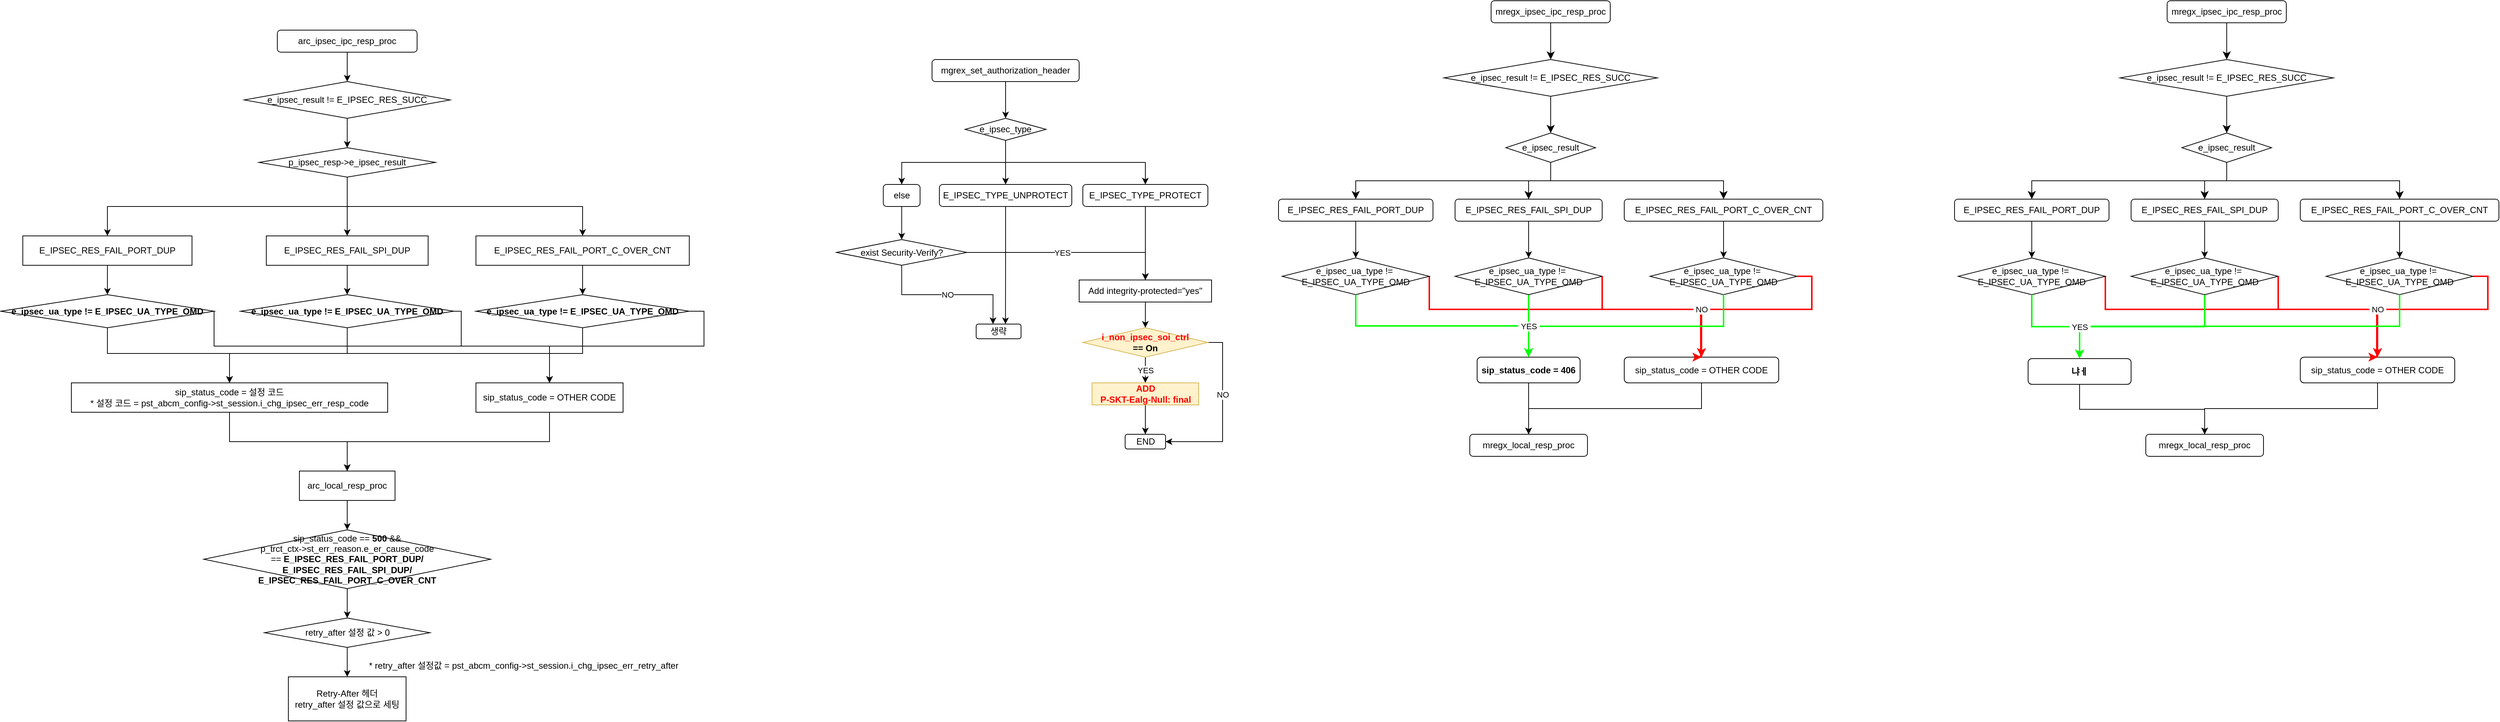
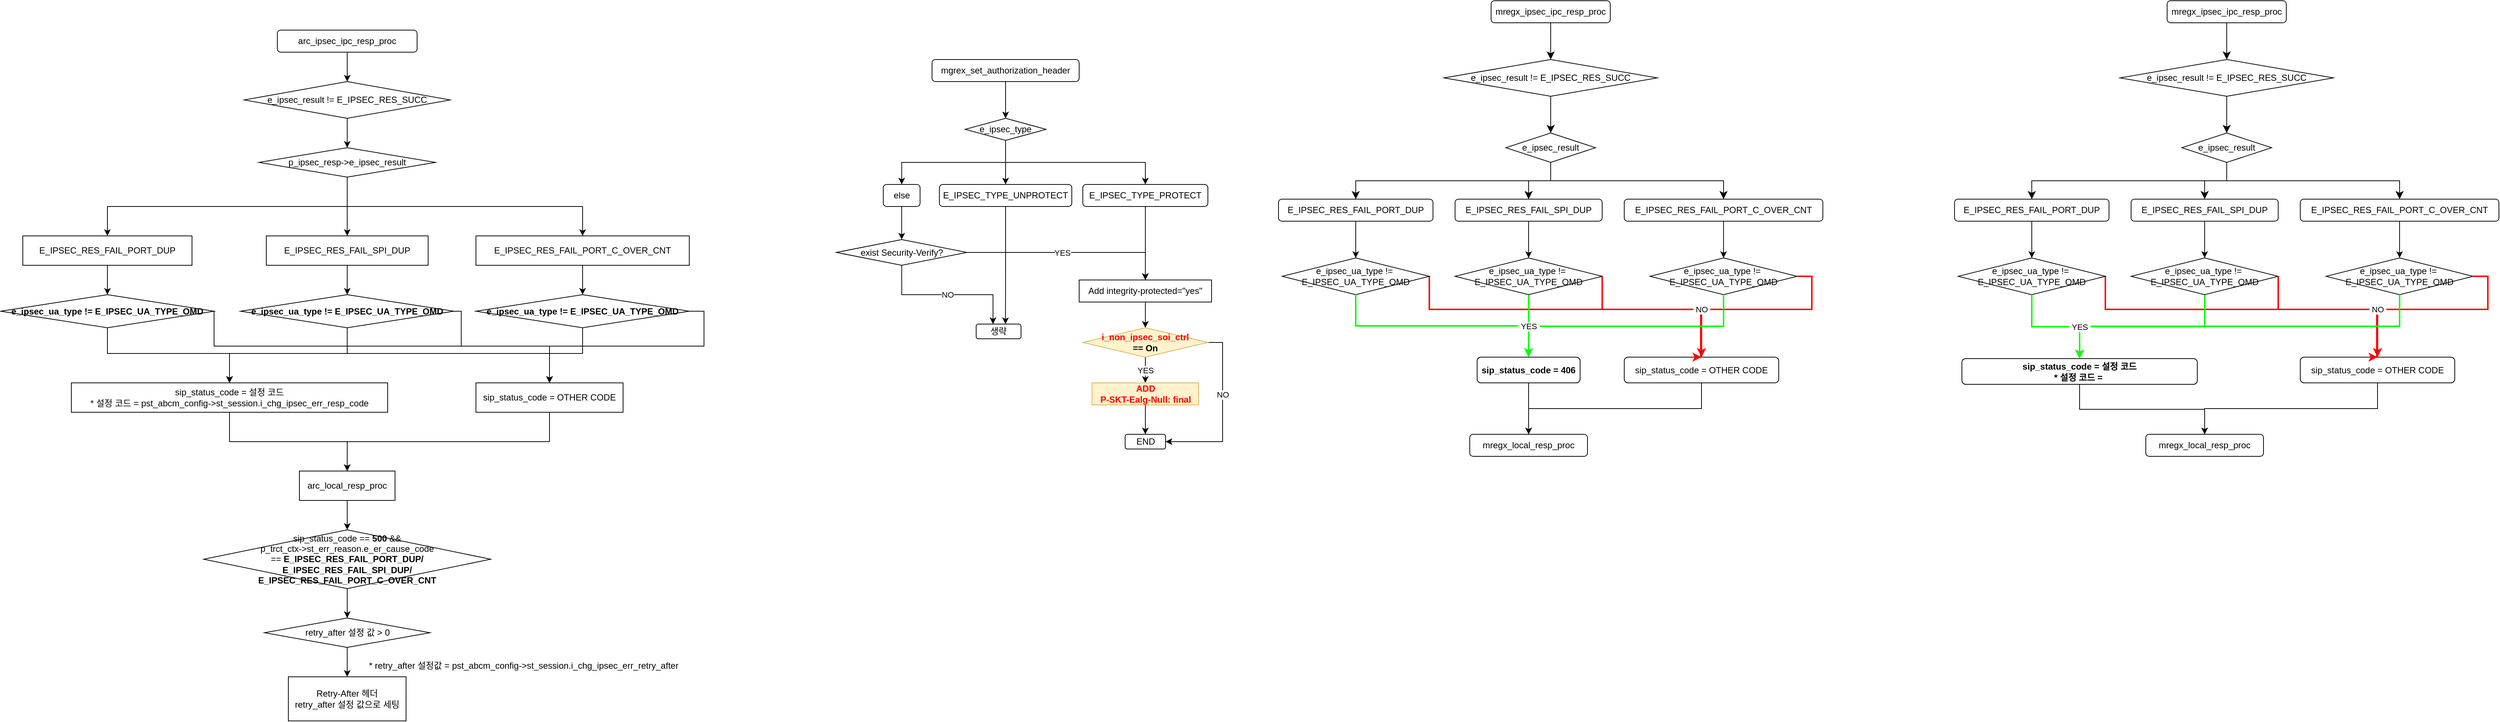
<mxfile host="app.diagrams.net">
  <diagram name="페이지-1" id="m8fQX8wD3sIqdr1Rjxz5">
-     <mxGraphModel dx="2315" dy="782" grid="1" gridSize="10" guides="1" tooltips="1" connect="1" arrows="1" fold="1" page="1" pageScale="1" pageWidth="827" pageHeight="1169" math="0" shadow="0">
+     <mxGraphModel dx="2595" dy="929" grid="1" gridSize="10" guides="1" tooltips="1" connect="1" arrows="1" fold="1" page="1" pageScale="1" pageWidth="827" pageHeight="1169" math="0" shadow="0">
      <root>
        <mxCell id="0" />
        <mxCell id="1" parent="0" />
        <mxCell id="ojS5_yHJFsPbv8XDm5Tb-1" edge="1" parent="1" source="ojS5_yHJFsPbv8XDm5Tb-2" style="edgeStyle=orthogonalEdgeStyle;rounded=0;orthogonalLoop=1;jettySize=auto;html=1;exitX=0.5;exitY=1;exitDx=0;exitDy=0;entryX=0.5;entryY=0;entryDx=0;entryDy=0;labelBackgroundColor=none;fontColor=default;" target="ojS5_yHJFsPbv8XDm5Tb-4">
          <mxGeometry relative="1" as="geometry" />
        </mxCell>
        <mxCell id="ojS5_yHJFsPbv8XDm5Tb-2" parent="1" style="rounded=1;whiteSpace=wrap;html=1;labelBackgroundColor=none;" value="arc_ipsec_ipc_resp_proc" vertex="1">
          <mxGeometry height="30" width="190" x="350" y="120" as="geometry" />
        </mxCell>
        <mxCell id="ojS5_yHJFsPbv8XDm5Tb-3" edge="1" parent="1" source="ojS5_yHJFsPbv8XDm5Tb-4" style="edgeStyle=orthogonalEdgeStyle;rounded=0;orthogonalLoop=1;jettySize=auto;html=1;exitX=0.5;exitY=1;exitDx=0;exitDy=0;entryX=0.5;entryY=0;entryDx=0;entryDy=0;labelBackgroundColor=none;fontColor=default;" target="ojS5_yHJFsPbv8XDm5Tb-8">
          <mxGeometry relative="1" as="geometry" />
        </mxCell>
        <mxCell id="ojS5_yHJFsPbv8XDm5Tb-4" parent="1" style="rhombus;whiteSpace=wrap;html=1;labelBackgroundColor=none;" value="e_ipsec_result != E_IPSEC_RES_SUCC" vertex="1">
          <mxGeometry height="50" width="280" x="305" y="190" as="geometry" />
        </mxCell>
        <mxCell id="ojS5_yHJFsPbv8XDm5Tb-5" edge="1" parent="1" source="ojS5_yHJFsPbv8XDm5Tb-8" style="edgeStyle=orthogonalEdgeStyle;rounded=0;orthogonalLoop=1;jettySize=auto;html=1;exitX=0.5;exitY=1;exitDx=0;exitDy=0;entryX=0.5;entryY=0;entryDx=0;entryDy=0;labelBackgroundColor=none;fontColor=default;" target="ojS5_yHJFsPbv8XDm5Tb-10">
          <mxGeometry relative="1" as="geometry" />
        </mxCell>
        <mxCell id="ojS5_yHJFsPbv8XDm5Tb-6" edge="1" parent="1" source="ojS5_yHJFsPbv8XDm5Tb-8" style="edgeStyle=orthogonalEdgeStyle;rounded=0;orthogonalLoop=1;jettySize=auto;html=1;exitX=0.5;exitY=1;exitDx=0;exitDy=0;entryX=0.5;entryY=0;entryDx=0;entryDy=0;labelBackgroundColor=none;fontColor=default;" target="ojS5_yHJFsPbv8XDm5Tb-12">
          <mxGeometry relative="1" as="geometry" />
        </mxCell>
        <mxCell id="ojS5_yHJFsPbv8XDm5Tb-7" edge="1" parent="1" source="ojS5_yHJFsPbv8XDm5Tb-8" style="edgeStyle=orthogonalEdgeStyle;rounded=0;orthogonalLoop=1;jettySize=auto;html=1;exitX=0.5;exitY=1;exitDx=0;exitDy=0;entryX=0.5;entryY=0;entryDx=0;entryDy=0;labelBackgroundColor=none;fontColor=default;" target="ojS5_yHJFsPbv8XDm5Tb-14">
          <mxGeometry relative="1" as="geometry" />
        </mxCell>
        <mxCell id="ojS5_yHJFsPbv8XDm5Tb-8" parent="1" style="rhombus;whiteSpace=wrap;html=1;labelBackgroundColor=none;" value="p_ipsec_resp-&amp;gt;e_ipsec_result" vertex="1">
          <mxGeometry height="40" width="240" x="325" y="280" as="geometry" />
        </mxCell>
        <mxCell id="ojS5_yHJFsPbv8XDm5Tb-9" edge="1" parent="1" source="ojS5_yHJFsPbv8XDm5Tb-10" style="edgeStyle=orthogonalEdgeStyle;rounded=0;orthogonalLoop=1;jettySize=auto;html=1;exitX=0.5;exitY=1;exitDx=0;exitDy=0;entryX=0.5;entryY=0;entryDx=0;entryDy=0;labelBackgroundColor=none;fontColor=default;" target="ojS5_yHJFsPbv8XDm5Tb-17">
          <mxGeometry relative="1" as="geometry" />
        </mxCell>
        <mxCell id="ojS5_yHJFsPbv8XDm5Tb-10" parent="1" style="rounded=0;whiteSpace=wrap;html=1;labelBackgroundColor=none;" value="E_IPSEC_RES_FAIL_PORT_DUP" vertex="1">
          <mxGeometry height="40" width="230" x="4" y="400" as="geometry" />
        </mxCell>
        <mxCell id="ojS5_yHJFsPbv8XDm5Tb-11" edge="1" parent="1" source="ojS5_yHJFsPbv8XDm5Tb-12" style="edgeStyle=orthogonalEdgeStyle;rounded=0;orthogonalLoop=1;jettySize=auto;html=1;exitX=0.5;exitY=1;exitDx=0;exitDy=0;entryX=0.5;entryY=0;entryDx=0;entryDy=0;labelBackgroundColor=none;fontColor=default;" target="ojS5_yHJFsPbv8XDm5Tb-20">
          <mxGeometry relative="1" as="geometry" />
        </mxCell>
        <mxCell id="ojS5_yHJFsPbv8XDm5Tb-12" parent="1" style="rounded=0;whiteSpace=wrap;html=1;labelBackgroundColor=none;" value="E_IPSEC_RES_FAIL_SPI_DUP" vertex="1">
          <mxGeometry height="40" width="220" x="335" y="400" as="geometry" />
        </mxCell>
        <mxCell id="ojS5_yHJFsPbv8XDm5Tb-13" edge="1" parent="1" source="ojS5_yHJFsPbv8XDm5Tb-14" style="edgeStyle=orthogonalEdgeStyle;rounded=0;orthogonalLoop=1;jettySize=auto;html=1;exitX=0.5;exitY=1;exitDx=0;exitDy=0;entryX=0.5;entryY=0;entryDx=0;entryDy=0;labelBackgroundColor=none;fontColor=default;" target="ojS5_yHJFsPbv8XDm5Tb-23">
          <mxGeometry relative="1" as="geometry" />
        </mxCell>
        <mxCell id="ojS5_yHJFsPbv8XDm5Tb-14" parent="1" style="rounded=0;whiteSpace=wrap;html=1;labelBackgroundColor=none;" value="E_IPSEC_RES_FAIL_PORT_C_OVER_CNT" vertex="1">
          <mxGeometry height="40" width="290" x="620" y="400" as="geometry" />
        </mxCell>
        <mxCell id="ojS5_yHJFsPbv8XDm5Tb-15" edge="1" parent="1" source="ojS5_yHJFsPbv8XDm5Tb-17" style="edgeStyle=orthogonalEdgeStyle;rounded=0;orthogonalLoop=1;jettySize=auto;html=1;exitX=1;exitY=0.5;exitDx=0;exitDy=0;entryX=0.5;entryY=0;entryDx=0;entryDy=0;labelBackgroundColor=none;fontColor=default;" target="ojS5_yHJFsPbv8XDm5Tb-27">
          <mxGeometry relative="1" as="geometry">
            <Array as="points">
              <mxPoint x="264" y="550" />
              <mxPoint x="720" y="550" />
            </Array>
          </mxGeometry>
        </mxCell>
        <mxCell id="ojS5_yHJFsPbv8XDm5Tb-16" edge="1" parent="1" source="ojS5_yHJFsPbv8XDm5Tb-17" style="edgeStyle=orthogonalEdgeStyle;rounded=0;orthogonalLoop=1;jettySize=auto;html=1;exitX=0.5;exitY=1;exitDx=0;exitDy=0;entryX=0.5;entryY=0;entryDx=0;entryDy=0;labelBackgroundColor=none;fontColor=default;" target="ojS5_yHJFsPbv8XDm5Tb-25">
          <mxGeometry relative="1" as="geometry">
            <Array as="points">
              <mxPoint x="119" y="560" />
              <mxPoint x="285" y="560" />
            </Array>
          </mxGeometry>
        </mxCell>
        <mxCell id="ojS5_yHJFsPbv8XDm5Tb-17" parent="1" style="rhombus;whiteSpace=wrap;html=1;labelBackgroundColor=none;" value="&lt;b&gt;e_ipsec_ua_type != E_IPSEC_UA_TYPE_OMD&lt;/b&gt;" vertex="1">
          <mxGeometry height="45" width="290" x="-26" y="480" as="geometry" />
        </mxCell>
        <mxCell id="ojS5_yHJFsPbv8XDm5Tb-18" edge="1" parent="1" source="ojS5_yHJFsPbv8XDm5Tb-20" style="edgeStyle=orthogonalEdgeStyle;rounded=0;orthogonalLoop=1;jettySize=auto;html=1;exitX=1;exitY=0.5;exitDx=0;exitDy=0;entryX=0.5;entryY=0;entryDx=0;entryDy=0;labelBackgroundColor=none;fontColor=default;" target="ojS5_yHJFsPbv8XDm5Tb-27">
          <mxGeometry relative="1" as="geometry">
            <Array as="points">
              <mxPoint x="600" y="503" />
              <mxPoint x="600" y="550" />
              <mxPoint x="720" y="550" />
            </Array>
          </mxGeometry>
        </mxCell>
        <mxCell id="ojS5_yHJFsPbv8XDm5Tb-19" edge="1" parent="1" source="ojS5_yHJFsPbv8XDm5Tb-20" style="edgeStyle=orthogonalEdgeStyle;rounded=0;orthogonalLoop=1;jettySize=auto;html=1;exitX=0.5;exitY=1;exitDx=0;exitDy=0;entryX=0.5;entryY=0;entryDx=0;entryDy=0;labelBackgroundColor=none;fontColor=default;" target="ojS5_yHJFsPbv8XDm5Tb-25">
          <mxGeometry relative="1" as="geometry">
            <Array as="points">
              <mxPoint x="445" y="560" />
              <mxPoint x="285" y="560" />
            </Array>
          </mxGeometry>
        </mxCell>
        <mxCell id="ojS5_yHJFsPbv8XDm5Tb-20" parent="1" style="rhombus;whiteSpace=wrap;html=1;labelBackgroundColor=none;" value="&lt;b&gt;e_ipsec_ua_type != E_IPSEC_UA_TYPE_OMD&lt;/b&gt;" vertex="1">
          <mxGeometry height="45" width="290" x="300" y="480" as="geometry" />
        </mxCell>
        <mxCell id="ojS5_yHJFsPbv8XDm5Tb-21" edge="1" parent="1" source="ojS5_yHJFsPbv8XDm5Tb-23" style="edgeStyle=orthogonalEdgeStyle;rounded=0;orthogonalLoop=1;jettySize=auto;html=1;exitX=1;exitY=0.5;exitDx=0;exitDy=0;entryX=0.5;entryY=0;entryDx=0;entryDy=0;labelBackgroundColor=none;fontColor=default;" target="ojS5_yHJFsPbv8XDm5Tb-27">
          <mxGeometry relative="1" as="geometry">
            <Array as="points">
              <mxPoint x="930" y="503" />
              <mxPoint x="930" y="550" />
              <mxPoint x="720" y="550" />
            </Array>
          </mxGeometry>
        </mxCell>
        <mxCell id="ojS5_yHJFsPbv8XDm5Tb-22" edge="1" parent="1" source="ojS5_yHJFsPbv8XDm5Tb-23" style="edgeStyle=orthogonalEdgeStyle;rounded=0;orthogonalLoop=1;jettySize=auto;html=1;exitX=0.5;exitY=1;exitDx=0;exitDy=0;entryX=0.5;entryY=0;entryDx=0;entryDy=0;labelBackgroundColor=none;fontColor=default;" target="ojS5_yHJFsPbv8XDm5Tb-25">
          <mxGeometry relative="1" as="geometry">
            <Array as="points">
              <mxPoint x="765" y="560" />
              <mxPoint x="285" y="560" />
            </Array>
          </mxGeometry>
        </mxCell>
        <mxCell id="ojS5_yHJFsPbv8XDm5Tb-23" parent="1" style="rhombus;whiteSpace=wrap;html=1;labelBackgroundColor=none;" value="&lt;b&gt;e_ipsec_ua_type != E_IPSEC_UA_TYPE_OMD&lt;/b&gt;" vertex="1">
          <mxGeometry height="45" width="290" x="620" y="480" as="geometry" />
        </mxCell>
        <mxCell id="ojS5_yHJFsPbv8XDm5Tb-24" edge="1" parent="1" source="ojS5_yHJFsPbv8XDm5Tb-25" style="edgeStyle=orthogonalEdgeStyle;rounded=0;orthogonalLoop=1;jettySize=auto;html=1;exitX=0.5;exitY=1;exitDx=0;exitDy=0;entryX=0.5;entryY=0;entryDx=0;entryDy=0;labelBackgroundColor=none;fontColor=default;" target="ojS5_yHJFsPbv8XDm5Tb-29">
          <mxGeometry relative="1" as="geometry" />
        </mxCell>
        <mxCell id="ojS5_yHJFsPbv8XDm5Tb-25" parent="1" style="rounded=0;whiteSpace=wrap;html=1;labelBackgroundColor=none;" value="sip_status_code = 설정 코드&lt;div&gt;* 설정 코드 = pst_abcm_config-&amp;gt;st_session.i_chg_ipsec_err_resp_code&lt;/div&gt;" vertex="1">
          <mxGeometry height="40" width="430" x="70" y="600" as="geometry" />
        </mxCell>
        <mxCell id="ojS5_yHJFsPbv8XDm5Tb-26" edge="1" parent="1" source="ojS5_yHJFsPbv8XDm5Tb-27" style="edgeStyle=orthogonalEdgeStyle;rounded=0;orthogonalLoop=1;jettySize=auto;html=1;exitX=0.5;exitY=1;exitDx=0;exitDy=0;entryX=0.5;entryY=0;entryDx=0;entryDy=0;labelBackgroundColor=none;fontColor=default;" target="ojS5_yHJFsPbv8XDm5Tb-29">
          <mxGeometry relative="1" as="geometry" />
        </mxCell>
        <mxCell id="ojS5_yHJFsPbv8XDm5Tb-27" parent="1" style="rounded=0;whiteSpace=wrap;html=1;labelBackgroundColor=none;" value="sip_status_code = OTHER CODE" vertex="1">
          <mxGeometry height="40" width="200" x="620" y="600" as="geometry" />
        </mxCell>
        <mxCell id="ojS5_yHJFsPbv8XDm5Tb-28" edge="1" parent="1" source="ojS5_yHJFsPbv8XDm5Tb-29" style="edgeStyle=orthogonalEdgeStyle;rounded=0;orthogonalLoop=1;jettySize=auto;html=1;exitX=0.5;exitY=1;exitDx=0;exitDy=0;entryX=0.5;entryY=0;entryDx=0;entryDy=0;labelBackgroundColor=none;fontColor=default;" target="ojS5_yHJFsPbv8XDm5Tb-31">
          <mxGeometry relative="1" as="geometry" />
        </mxCell>
        <mxCell id="ojS5_yHJFsPbv8XDm5Tb-29" parent="1" style="rounded=0;whiteSpace=wrap;html=1;labelBackgroundColor=none;" value="arc_local_resp_proc" vertex="1">
          <mxGeometry height="40" width="130" x="380" y="720" as="geometry" />
        </mxCell>
        <mxCell id="ojS5_yHJFsPbv8XDm5Tb-30" edge="1" parent="1" source="ojS5_yHJFsPbv8XDm5Tb-31" style="edgeStyle=orthogonalEdgeStyle;rounded=0;orthogonalLoop=1;jettySize=auto;html=1;exitX=0.5;exitY=1;exitDx=0;exitDy=0;entryX=0.5;entryY=0;entryDx=0;entryDy=0;labelBackgroundColor=none;fontColor=default;" target="ojS5_yHJFsPbv8XDm5Tb-33">
          <mxGeometry relative="1" as="geometry" />
        </mxCell>
        <mxCell id="ojS5_yHJFsPbv8XDm5Tb-31" parent="1" style="rhombus;whiteSpace=wrap;html=1;labelBackgroundColor=none;" value="sip_status_code == &lt;b&gt;500&lt;/b&gt; &amp;amp;&amp;amp;&lt;div&gt;p_trct_ctx-&amp;gt;st_err_reason.e_er_cause_code ==&amp;nbsp;&lt;span style=&quot;background-color: transparent; color: light-dark(rgb(0, 0, 0), rgb(255, 255, 255));&quot;&gt;&lt;b&gt;E_IPSEC_RES_FAIL_PORT_DUP/&lt;/b&gt;&lt;/span&gt;&lt;/div&gt;&lt;div&gt;&lt;b&gt;E_IPSEC_RES_FAIL_SPI_DUP/&lt;span style=&quot;background-color: transparent; color: light-dark(rgb(0, 0, 0), rgb(255, 255, 255));&quot;&gt;&lt;/span&gt;&lt;/b&gt;&lt;/div&gt;&lt;div&gt;&lt;b&gt;E_IPSEC_RES_FAIL_PORT_C_OVER_CNT&lt;/b&gt;&lt;/div&gt;" vertex="1">
          <mxGeometry height="80" width="390" x="250" y="800" as="geometry" />
        </mxCell>
        <mxCell id="ojS5_yHJFsPbv8XDm5Tb-32" edge="1" parent="1" source="ojS5_yHJFsPbv8XDm5Tb-33" style="edgeStyle=orthogonalEdgeStyle;rounded=0;orthogonalLoop=1;jettySize=auto;html=1;exitX=0.5;exitY=1;exitDx=0;exitDy=0;entryX=0.5;entryY=0;entryDx=0;entryDy=0;labelBackgroundColor=none;fontColor=default;" target="ojS5_yHJFsPbv8XDm5Tb-35">
          <mxGeometry relative="1" as="geometry" />
        </mxCell>
        <mxCell id="ojS5_yHJFsPbv8XDm5Tb-33" parent="1" style="rhombus;whiteSpace=wrap;html=1;labelBackgroundColor=none;" value="retry_after 설정 값 &amp;gt; 0" vertex="1">
          <mxGeometry height="40" width="225" x="332.5" y="920" as="geometry" />
        </mxCell>
        <mxCell id="ojS5_yHJFsPbv8XDm5Tb-34" parent="1" style="text;html=1;whiteSpace=wrap;strokeColor=none;fillColor=none;align=center;verticalAlign=middle;rounded=0;labelBackgroundColor=none;" value="* retry_after 설정값 =&amp;nbsp;pst_abcm_config-&amp;gt;st_session.i_chg_ipsec_err_retry_after" vertex="1">
          <mxGeometry height="30" width="450" x="460" y="970" as="geometry" />
        </mxCell>
        <mxCell id="ojS5_yHJFsPbv8XDm5Tb-35" parent="1" style="rounded=0;whiteSpace=wrap;html=1;labelBackgroundColor=none;" value="Retry-After 헤더&lt;div&gt;retry_after 설정 값으로 세팅&lt;/div&gt;" vertex="1">
          <mxGeometry height="60" width="160" x="365" y="1000" as="geometry" />
        </mxCell>
        <mxCell id="ojS5_yHJFsPbv8XDm5Tb-36" edge="1" parent="1" source="ojS5_yHJFsPbv8XDm5Tb-37" style="edgeStyle=orthogonalEdgeStyle;rounded=0;orthogonalLoop=1;jettySize=auto;html=1;exitX=0.5;exitY=1;exitDx=0;exitDy=0;entryX=0.5;entryY=0;entryDx=0;entryDy=0;labelBackgroundColor=none;fontColor=default;" target="ojS5_yHJFsPbv8XDm5Tb-41">
          <mxGeometry relative="1" as="geometry" />
        </mxCell>
        <mxCell id="ojS5_yHJFsPbv8XDm5Tb-37" parent="1" style="rounded=1;whiteSpace=wrap;html=1;labelBackgroundColor=none;" value="mgrex_set_authorization_header" vertex="1">
          <mxGeometry height="30" width="200" x="1240" y="160" as="geometry" />
        </mxCell>
        <mxCell id="ojS5_yHJFsPbv8XDm5Tb-38" edge="1" parent="1" source="ojS5_yHJFsPbv8XDm5Tb-41" style="edgeStyle=orthogonalEdgeStyle;rounded=0;orthogonalLoop=1;jettySize=auto;html=1;exitX=0.5;exitY=1;exitDx=0;exitDy=0;entryX=0.5;entryY=0;entryDx=0;entryDy=0;labelBackgroundColor=none;fontColor=default;" target="ojS5_yHJFsPbv8XDm5Tb-43">
          <mxGeometry relative="1" as="geometry" />
        </mxCell>
        <mxCell id="ojS5_yHJFsPbv8XDm5Tb-39" edge="1" parent="1" source="ojS5_yHJFsPbv8XDm5Tb-41" style="edgeStyle=orthogonalEdgeStyle;rounded=0;orthogonalLoop=1;jettySize=auto;html=1;exitX=0.5;exitY=1;exitDx=0;exitDy=0;entryX=0.5;entryY=0;entryDx=0;entryDy=0;labelBackgroundColor=none;fontColor=default;" target="ojS5_yHJFsPbv8XDm5Tb-45">
          <mxGeometry relative="1" as="geometry" />
        </mxCell>
        <mxCell id="ojS5_yHJFsPbv8XDm5Tb-40" edge="1" parent="1" source="ojS5_yHJFsPbv8XDm5Tb-41" style="edgeStyle=orthogonalEdgeStyle;rounded=0;orthogonalLoop=1;jettySize=auto;html=1;exitX=0.5;exitY=1;exitDx=0;exitDy=0;entryX=0.5;entryY=0;entryDx=0;entryDy=0;labelBackgroundColor=none;fontColor=default;" target="ojS5_yHJFsPbv8XDm5Tb-47">
          <mxGeometry relative="1" as="geometry" />
        </mxCell>
        <mxCell id="ojS5_yHJFsPbv8XDm5Tb-41" parent="1" style="rhombus;whiteSpace=wrap;html=1;labelBackgroundColor=none;" value="e_ipsec_type" vertex="1">
          <mxGeometry height="30" width="110" x="1285" y="240" as="geometry" />
        </mxCell>
        <mxCell id="ojS5_yHJFsPbv8XDm5Tb-42" edge="1" parent="1" source="ojS5_yHJFsPbv8XDm5Tb-43" style="edgeStyle=orthogonalEdgeStyle;rounded=0;orthogonalLoop=1;jettySize=auto;html=1;exitX=0.5;exitY=1;exitDx=0;exitDy=0;entryX=0.5;entryY=0;entryDx=0;entryDy=0;labelBackgroundColor=none;fontColor=default;" target="ojS5_yHJFsPbv8XDm5Tb-49">
          <mxGeometry relative="1" as="geometry" />
        </mxCell>
        <mxCell id="ojS5_yHJFsPbv8XDm5Tb-43" parent="1" style="rounded=1;whiteSpace=wrap;html=1;labelBackgroundColor=none;" value="E_IPSEC_TYPE_PROTECT" vertex="1">
          <mxGeometry height="30" width="170" x="1445" y="330" as="geometry" />
        </mxCell>
        <mxCell id="ojS5_yHJFsPbv8XDm5Tb-44" edge="1" parent="1" source="ojS5_yHJFsPbv8XDm5Tb-45" style="edgeStyle=orthogonalEdgeStyle;rounded=0;orthogonalLoop=1;jettySize=auto;html=1;exitX=0.5;exitY=1;exitDx=0;exitDy=0;entryX=0.653;entryY=0.002;entryDx=0;entryDy=0;entryPerimeter=0;" target="ojS5_yHJFsPbv8XDm5Tb-59">
          <mxGeometry relative="1" as="geometry">
            <mxPoint x="1339.9411764705883" y="520" as="targetPoint" />
          </mxGeometry>
        </mxCell>
        <mxCell id="ojS5_yHJFsPbv8XDm5Tb-45" parent="1" style="rounded=1;whiteSpace=wrap;html=1;labelBackgroundColor=none;" value="E_IPSEC_TYPE_UNPROTECT" vertex="1">
          <mxGeometry height="30" width="180" x="1250" y="330" as="geometry" />
        </mxCell>
        <mxCell id="ojS5_yHJFsPbv8XDm5Tb-46" edge="1" parent="1" source="ojS5_yHJFsPbv8XDm5Tb-47" style="edgeStyle=orthogonalEdgeStyle;rounded=0;orthogonalLoop=1;jettySize=auto;html=1;exitX=0.5;exitY=1;exitDx=0;exitDy=0;entryX=0.5;entryY=0;entryDx=0;entryDy=0;" target="ojS5_yHJFsPbv8XDm5Tb-58">
          <mxGeometry relative="1" as="geometry" />
        </mxCell>
        <mxCell id="ojS5_yHJFsPbv8XDm5Tb-47" parent="1" style="rounded=1;whiteSpace=wrap;html=1;labelBackgroundColor=none;" value="else" vertex="1">
          <mxGeometry height="30" width="50" x="1173.75" y="330" as="geometry" />
        </mxCell>
        <mxCell id="ojS5_yHJFsPbv8XDm5Tb-48" edge="1" parent="1" source="ojS5_yHJFsPbv8XDm5Tb-49" style="edgeStyle=orthogonalEdgeStyle;rounded=0;orthogonalLoop=1;jettySize=auto;html=1;exitX=0.5;exitY=1;exitDx=0;exitDy=0;entryX=0.5;entryY=0;entryDx=0;entryDy=0;" target="ojS5_yHJFsPbv8XDm5Tb-52">
          <mxGeometry relative="1" as="geometry" />
        </mxCell>
        <mxCell id="ojS5_yHJFsPbv8XDm5Tb-49" parent="1" style="rounded=0;whiteSpace=wrap;html=1;labelBackgroundColor=none;" value="Add integrity-protected=&quot;yes&quot;" vertex="1">
          <mxGeometry height="30" width="180" x="1440" y="460" as="geometry" />
        </mxCell>
        <mxCell id="ojS5_yHJFsPbv8XDm5Tb-50" edge="1" parent="1" source="ojS5_yHJFsPbv8XDm5Tb-52" style="edgeStyle=orthogonalEdgeStyle;rounded=0;orthogonalLoop=1;jettySize=auto;html=1;exitX=0.5;exitY=1;exitDx=0;exitDy=0;entryX=0.5;entryY=0;entryDx=0;entryDy=0;" target="ojS5_yHJFsPbv8XDm5Tb-54" value="YES">
          <mxGeometry relative="1" as="geometry" />
        </mxCell>
        <mxCell id="ojS5_yHJFsPbv8XDm5Tb-51" edge="1" parent="1" source="ojS5_yHJFsPbv8XDm5Tb-52" style="edgeStyle=orthogonalEdgeStyle;rounded=0;orthogonalLoop=1;jettySize=auto;html=1;exitX=1;exitY=0.5;exitDx=0;exitDy=0;entryX=1;entryY=0.5;entryDx=0;entryDy=0;" target="ojS5_yHJFsPbv8XDm5Tb-55" value="NO">
          <mxGeometry relative="1" x="-0.2233" as="geometry">
            <mxPoint as="offset" />
          </mxGeometry>
        </mxCell>
        <mxCell id="ojS5_yHJFsPbv8XDm5Tb-52" parent="1" style="rhombus;whiteSpace=wrap;html=1;fillColor=#fff2cc;strokeColor=#d6b656;" value="&lt;b&gt;&lt;font style=&quot;color: rgb(255, 0, 0);&quot;&gt;i_non_ipsec_soi_ctrl&lt;/font&gt;&lt;br&gt;== On&lt;/b&gt;" vertex="1">
          <mxGeometry height="40" width="170" x="1445" y="525" as="geometry" />
        </mxCell>
        <mxCell id="ojS5_yHJFsPbv8XDm5Tb-53" edge="1" parent="1" source="ojS5_yHJFsPbv8XDm5Tb-54" style="edgeStyle=orthogonalEdgeStyle;rounded=0;orthogonalLoop=1;jettySize=auto;html=1;exitX=0.5;exitY=1;exitDx=0;exitDy=0;entryX=0.5;entryY=0;entryDx=0;entryDy=0;" target="ojS5_yHJFsPbv8XDm5Tb-55">
          <mxGeometry relative="1" as="geometry" />
        </mxCell>
        <mxCell id="ojS5_yHJFsPbv8XDm5Tb-54" parent="1" style="rounded=0;whiteSpace=wrap;html=1;fillColor=#fff2cc;strokeColor=#d6b656;" value="&lt;b&gt;&lt;font style=&quot;color: rgb(255, 0, 0);&quot;&gt;ADD&lt;/font&gt;&lt;/b&gt;&lt;div&gt;&lt;b&gt;&lt;font style=&quot;color: rgb(255, 0, 0);&quot;&gt;P-SKT-Ealg-Null: final&lt;/font&gt;&lt;/b&gt;&lt;/div&gt;" vertex="1">
          <mxGeometry height="30" width="145" x="1457.5" y="600" as="geometry" />
        </mxCell>
        <mxCell id="ojS5_yHJFsPbv8XDm5Tb-55" parent="1" style="rounded=1;whiteSpace=wrap;html=1;" value="END" vertex="1">
          <mxGeometry height="20" width="55" x="1502.5" y="670" as="geometry" />
        </mxCell>
        <mxCell id="ojS5_yHJFsPbv8XDm5Tb-56" edge="1" parent="1" source="ojS5_yHJFsPbv8XDm5Tb-58" style="edgeStyle=orthogonalEdgeStyle;rounded=0;orthogonalLoop=1;jettySize=auto;html=1;exitX=1;exitY=0.5;exitDx=0;exitDy=0;entryX=0.5;entryY=0;entryDx=0;entryDy=0;" target="ojS5_yHJFsPbv8XDm5Tb-49" value="YES">
          <mxGeometry relative="1" x="-0.0774" as="geometry">
            <mxPoint as="offset" />
          </mxGeometry>
        </mxCell>
        <mxCell id="ojS5_yHJFsPbv8XDm5Tb-57" edge="1" parent="1" source="ojS5_yHJFsPbv8XDm5Tb-58" style="edgeStyle=orthogonalEdgeStyle;rounded=0;orthogonalLoop=1;jettySize=auto;html=1;exitX=0.5;exitY=1;exitDx=0;exitDy=0;entryX=0.375;entryY=-0.001;entryDx=0;entryDy=0;entryPerimeter=0;" target="ojS5_yHJFsPbv8XDm5Tb-59" value="NO">
          <mxGeometry relative="1" as="geometry">
            <mxPoint x="1175.1176470588234" y="520" as="targetPoint" />
          </mxGeometry>
        </mxCell>
        <mxCell id="ojS5_yHJFsPbv8XDm5Tb-58" parent="1" style="rhombus;whiteSpace=wrap;html=1;" value="exist&amp;nbsp;&lt;span style=&quot;background-color: transparent; color: light-dark(rgb(0, 0, 0), rgb(255, 255, 255));&quot;&gt;Security-Verify?&lt;/span&gt;" vertex="1">
          <mxGeometry height="35" width="177.5" x="1110" y="405" as="geometry" />
        </mxCell>
        <mxCell id="ojS5_yHJFsPbv8XDm5Tb-59" parent="1" style="rounded=1;whiteSpace=wrap;html=1;" value="생략" vertex="1">
          <mxGeometry height="20" width="61" x="1300" y="520" as="geometry" />
        </mxCell>
        <mxCell id="v6OCQPZjq4ElUTE85C_Q-3" edge="1" parent="1" source="v6OCQPZjq4ElUTE85C_Q-1" style="edgeStyle=none;curved=1;rounded=0;orthogonalLoop=1;jettySize=auto;html=1;exitX=0.5;exitY=1;exitDx=0;exitDy=0;entryX=0.5;entryY=0;entryDx=0;entryDy=0;fontSize=12;startSize=8;endSize=8;" target="v6OCQPZjq4ElUTE85C_Q-2">
          <mxGeometry relative="1" as="geometry" />
        </mxCell>
        <mxCell id="v6OCQPZjq4ElUTE85C_Q-1" parent="1" style="rounded=1;whiteSpace=wrap;html=1;" value="mregx_ipsec_ipc_resp_proc" vertex="1">
          <mxGeometry height="30" width="162" x="2000" y="80" as="geometry" />
        </mxCell>
        <mxCell id="v6OCQPZjq4ElUTE85C_Q-5" edge="1" parent="1" source="v6OCQPZjq4ElUTE85C_Q-2" style="edgeStyle=none;curved=1;rounded=0;orthogonalLoop=1;jettySize=auto;html=1;exitX=0.5;exitY=1;exitDx=0;exitDy=0;entryX=0.5;entryY=0;entryDx=0;entryDy=0;fontSize=12;startSize=8;endSize=8;" target="v6OCQPZjq4ElUTE85C_Q-4">
          <mxGeometry relative="1" as="geometry" />
        </mxCell>
        <mxCell id="v6OCQPZjq4ElUTE85C_Q-2" parent="1" style="rhombus;whiteSpace=wrap;html=1;" value="e_ipsec_result != E_IPSEC_RES_SUCC" vertex="1">
          <mxGeometry height="50" width="290" x="1936" y="160" as="geometry" />
        </mxCell>
        <mxCell id="v6OCQPZjq4ElUTE85C_Q-12" edge="1" parent="1" source="v6OCQPZjq4ElUTE85C_Q-4" style="edgeStyle=orthogonalEdgeStyle;rounded=0;orthogonalLoop=1;jettySize=auto;html=1;exitX=0.5;exitY=1;exitDx=0;exitDy=0;entryX=0.5;entryY=0;entryDx=0;entryDy=0;fontSize=12;startSize=8;endSize=8;" target="v6OCQPZjq4ElUTE85C_Q-7">
          <mxGeometry relative="1" as="geometry" />
        </mxCell>
        <mxCell id="v6OCQPZjq4ElUTE85C_Q-13" edge="1" parent="1" source="v6OCQPZjq4ElUTE85C_Q-4" style="edgeStyle=orthogonalEdgeStyle;rounded=0;orthogonalLoop=1;jettySize=auto;html=1;exitX=0.5;exitY=1;exitDx=0;exitDy=0;entryX=0.5;entryY=0;entryDx=0;entryDy=0;fontSize=12;startSize=8;endSize=8;" target="v6OCQPZjq4ElUTE85C_Q-8">
          <mxGeometry relative="1" as="geometry" />
        </mxCell>
        <mxCell id="v6OCQPZjq4ElUTE85C_Q-4" parent="1" style="rhombus;whiteSpace=wrap;html=1;" value="e_ipsec_result" vertex="1">
          <mxGeometry height="40" width="122" x="2020" y="260" as="geometry" />
        </mxCell>
        <mxCell id="NGHdp_gngWH9yrq0Q0_0-2" edge="1" parent="1" source="v6OCQPZjq4ElUTE85C_Q-6" style="edgeStyle=orthogonalEdgeStyle;rounded=0;orthogonalLoop=1;jettySize=auto;html=1;exitX=0.5;exitY=1;exitDx=0;exitDy=0;entryX=0.5;entryY=0;entryDx=0;entryDy=0;" target="NGHdp_gngWH9yrq0Q0_0-1">
          <mxGeometry relative="1" as="geometry" />
        </mxCell>
        <mxCell id="v6OCQPZjq4ElUTE85C_Q-6" parent="1" style="rounded=1;whiteSpace=wrap;html=1;" value="E_IPSEC_RES_FAIL_PORT_DUP" vertex="1">
          <mxGeometry height="30" width="210" x="1711" y="350" as="geometry" />
        </mxCell>
        <mxCell id="NGHdp_gngWH9yrq0Q0_0-5" edge="1" parent="1" source="v6OCQPZjq4ElUTE85C_Q-7" style="edgeStyle=orthogonalEdgeStyle;rounded=0;orthogonalLoop=1;jettySize=auto;html=1;exitX=0.5;exitY=1;exitDx=0;exitDy=0;entryX=0.5;entryY=0;entryDx=0;entryDy=0;" target="NGHdp_gngWH9yrq0Q0_0-3">
          <mxGeometry relative="1" as="geometry" />
        </mxCell>
        <mxCell id="v6OCQPZjq4ElUTE85C_Q-7" parent="1" style="rounded=1;whiteSpace=wrap;html=1;" value="E_IPSEC_RES_FAIL_SPI_DUP" vertex="1">
          <mxGeometry height="30" width="200" x="1951" y="350" as="geometry" />
        </mxCell>
        <mxCell id="NGHdp_gngWH9yrq0Q0_0-6" edge="1" parent="1" source="v6OCQPZjq4ElUTE85C_Q-8" style="edgeStyle=orthogonalEdgeStyle;rounded=0;orthogonalLoop=1;jettySize=auto;html=1;exitX=0.5;exitY=1;exitDx=0;exitDy=0;entryX=0.5;entryY=0;entryDx=0;entryDy=0;" target="NGHdp_gngWH9yrq0Q0_0-4">
          <mxGeometry relative="1" as="geometry" />
        </mxCell>
        <mxCell id="v6OCQPZjq4ElUTE85C_Q-8" parent="1" style="rounded=1;whiteSpace=wrap;html=1;" value="E_IPSEC_RES_FAIL_PORT_C_OVER_CNT" vertex="1">
          <mxGeometry height="30" width="270" x="2181" y="350" as="geometry" />
        </mxCell>
        <mxCell id="v6OCQPZjq4ElUTE85C_Q-11" edge="1" parent="1" source="v6OCQPZjq4ElUTE85C_Q-4" style="endArrow=classic;html=1;rounded=0;fontSize=12;startSize=8;endSize=8;exitX=0.5;exitY=1;exitDx=0;exitDy=0;entryX=0.5;entryY=0;entryDx=0;entryDy=0;edgeStyle=orthogonalEdgeStyle;" target="v6OCQPZjq4ElUTE85C_Q-6" value="">
          <mxGeometry height="50" relative="1" width="50" as="geometry">
            <mxPoint x="1920" y="280" as="sourcePoint" />
            <mxPoint x="1970" y="230" as="targetPoint" />
          </mxGeometry>
        </mxCell>
        <mxCell id="NGHdp_gngWH9yrq0Q0_0-10" edge="1" parent="1" source="NGHdp_gngWH9yrq0Q0_0-1" style="edgeStyle=orthogonalEdgeStyle;rounded=0;orthogonalLoop=1;jettySize=auto;html=1;exitX=1;exitY=0.5;exitDx=0;exitDy=0;entryX=0.5;entryY=0;entryDx=0;entryDy=0;strokeColor=light-dark(#FF0000,#FF0000);strokeWidth=2;" target="NGHdp_gngWH9yrq0Q0_0-9">
          <mxGeometry relative="1" as="geometry">
            <Array as="points">
              <mxPoint x="1916" y="500" />
              <mxPoint x="2286" y="500" />
            </Array>
          </mxGeometry>
        </mxCell>
        <mxCell id="NGHdp_gngWH9yrq0Q0_0-1" parent="1" style="rhombus;whiteSpace=wrap;html=1;" value="e_ipsec_ua_type !=&amp;nbsp;&lt;div&gt;E_IPSEC_UA_TYPE_OMD&lt;/div&gt;" vertex="1">
          <mxGeometry height="50" width="200" x="1716" y="430" as="geometry" />
        </mxCell>
        <mxCell id="NGHdp_gngWH9yrq0Q0_0-14" edge="1" parent="1" source="NGHdp_gngWH9yrq0Q0_0-3" style="edgeStyle=orthogonalEdgeStyle;rounded=0;orthogonalLoop=1;jettySize=auto;html=1;exitX=0.5;exitY=1;exitDx=0;exitDy=0;entryX=0.5;entryY=0;entryDx=0;entryDy=0;strokeColor=light-dark(#00FF00,#00FF00);strokeWidth=2;" target="NGHdp_gngWH9yrq0Q0_0-8">
          <mxGeometry relative="1" as="geometry">
            <mxPoint x="2070" y="540" as="targetPoint" />
          </mxGeometry>
        </mxCell>
        <mxCell id="NGHdp_gngWH9yrq0Q0_0-3" parent="1" style="rhombus;whiteSpace=wrap;html=1;" value="e_ipsec_ua_type !=&amp;nbsp;&lt;div&gt;E_IPSEC_UA_TYPE_OMD&lt;/div&gt;" vertex="1">
          <mxGeometry height="50" width="200" x="1951" y="430" as="geometry" />
        </mxCell>
        <mxCell id="NGHdp_gngWH9yrq0Q0_0-4" parent="1" style="rhombus;whiteSpace=wrap;html=1;" value="e_ipsec_ua_type !=&amp;nbsp;&lt;div&gt;E_IPSEC_UA_TYPE_OMD&lt;/div&gt;" vertex="1">
          <mxGeometry height="50" width="200" x="2216" y="430" as="geometry" />
        </mxCell>
        <mxCell id="NGHdp_gngWH9yrq0Q0_0-17" edge="1" parent="1" source="NGHdp_gngWH9yrq0Q0_0-8" style="edgeStyle=orthogonalEdgeStyle;rounded=0;orthogonalLoop=1;jettySize=auto;html=1;exitX=0.5;exitY=1;exitDx=0;exitDy=0;entryX=0.5;entryY=0;entryDx=0;entryDy=0;" target="NGHdp_gngWH9yrq0Q0_0-16">
          <mxGeometry relative="1" as="geometry" />
        </mxCell>
        <mxCell id="NGHdp_gngWH9yrq0Q0_0-8" parent="1" style="rounded=1;whiteSpace=wrap;html=1;" value="&lt;b&gt;&lt;font style=&quot;color: light-dark(rgb(0, 0, 0), rgb(255, 0, 0));&quot;&gt;sip_status_code = 406&lt;/font&gt;&lt;/b&gt;" vertex="1">
          <mxGeometry height="35" width="140" x="1981" y="565" as="geometry" />
        </mxCell>
        <mxCell id="NGHdp_gngWH9yrq0Q0_0-18" edge="1" parent="1" source="NGHdp_gngWH9yrq0Q0_0-9" style="edgeStyle=orthogonalEdgeStyle;rounded=0;orthogonalLoop=1;jettySize=auto;html=1;exitX=0.5;exitY=1;exitDx=0;exitDy=0;entryX=0.5;entryY=0;entryDx=0;entryDy=0;" target="NGHdp_gngWH9yrq0Q0_0-16">
          <mxGeometry relative="1" as="geometry" />
        </mxCell>
        <mxCell id="NGHdp_gngWH9yrq0Q0_0-9" parent="1" style="rounded=1;whiteSpace=wrap;html=1;" value="sip_status_code = OTHER CODE" vertex="1">
          <mxGeometry height="35" width="210" x="2181" y="565" as="geometry" />
        </mxCell>
        <mxCell id="NGHdp_gngWH9yrq0Q0_0-11" edge="1" parent="1" source="NGHdp_gngWH9yrq0Q0_0-3" style="edgeStyle=orthogonalEdgeStyle;rounded=0;orthogonalLoop=1;jettySize=auto;html=1;exitX=1;exitY=0.5;exitDx=0;exitDy=0;entryX=0.5;entryY=0;entryDx=0;entryDy=0;strokeWidth=2;strokeColor=light-dark(#FF0000,#FF0000);" target="NGHdp_gngWH9yrq0Q0_0-9">
          <mxGeometry relative="1" as="geometry">
            <Array as="points">
              <mxPoint x="2151" y="500" />
              <mxPoint x="2285" y="500" />
              <mxPoint x="2285" y="565" />
            </Array>
          </mxGeometry>
        </mxCell>
        <mxCell id="NGHdp_gngWH9yrq0Q0_0-12" edge="1" parent="1" source="NGHdp_gngWH9yrq0Q0_0-4" style="edgeStyle=orthogonalEdgeStyle;rounded=0;orthogonalLoop=1;jettySize=auto;html=1;exitX=1;exitY=0.5;exitDx=0;exitDy=0;entryX=0.5;entryY=0;entryDx=0;entryDy=0;strokeColor=light-dark(#FF0000,#FF0000);strokeWidth=2;" target="NGHdp_gngWH9yrq0Q0_0-9" value="&amp;nbsp;NO&amp;nbsp;">
          <mxGeometry relative="1" x="0.5357" as="geometry">
            <mxPoint as="offset" />
            <Array as="points">
              <mxPoint x="2436" y="455" />
              <mxPoint x="2436" y="500" />
              <mxPoint x="2286" y="500" />
            </Array>
          </mxGeometry>
        </mxCell>
        <mxCell id="NGHdp_gngWH9yrq0Q0_0-15" edge="1" parent="1" source="NGHdp_gngWH9yrq0Q0_0-4" style="edgeStyle=orthogonalEdgeStyle;rounded=0;orthogonalLoop=1;jettySize=auto;html=1;exitX=0.5;exitY=1;exitDx=0;exitDy=0;entryX=0.5;entryY=0;entryDx=0;entryDy=0;strokeColor=#00FF00;strokeWidth=2;" target="NGHdp_gngWH9yrq0Q0_0-8">
          <mxGeometry relative="1" as="geometry">
            <Array as="points">
              <mxPoint x="2316" y="523" />
              <mxPoint x="2051" y="523" />
            </Array>
          </mxGeometry>
        </mxCell>
        <mxCell id="NGHdp_gngWH9yrq0Q0_0-13" edge="1" parent="1" source="NGHdp_gngWH9yrq0Q0_0-1" style="edgeStyle=orthogonalEdgeStyle;rounded=0;orthogonalLoop=1;jettySize=auto;html=1;exitX=0.5;exitY=1;exitDx=0;exitDy=0;entryX=0.5;entryY=0;entryDx=0;entryDy=0;strokeColor=light-dark(#00FF00,#00FF00);strokeWidth=2;" target="NGHdp_gngWH9yrq0Q0_0-8" value="&amp;nbsp;YES&amp;nbsp;">
          <mxGeometry relative="1" x="0.7343" as="geometry">
            <mxPoint as="offset" />
          </mxGeometry>
        </mxCell>
        <mxCell id="NGHdp_gngWH9yrq0Q0_0-16" parent="1" style="rounded=1;whiteSpace=wrap;html=1;" value="mregx_local_resp_proc" vertex="1">
          <mxGeometry height="30" width="160" x="1971" y="670" as="geometry" />
        </mxCell>
        <mxCell id="NGHdp_gngWH9yrq0Q0_0-21" edge="1" parent="1" source="NGHdp_gngWH9yrq0Q0_0-22" style="edgeStyle=none;curved=1;rounded=0;orthogonalLoop=1;jettySize=auto;html=1;exitX=0.5;exitY=1;exitDx=0;exitDy=0;entryX=0.5;entryY=0;entryDx=0;entryDy=0;fontSize=12;startSize=8;endSize=8;" target="NGHdp_gngWH9yrq0Q0_0-24">
          <mxGeometry relative="1" as="geometry" />
        </mxCell>
        <mxCell id="NGHdp_gngWH9yrq0Q0_0-22" parent="1" style="rounded=1;whiteSpace=wrap;html=1;" value="mregx_ipsec_ipc_resp_proc" vertex="1">
          <mxGeometry height="30" width="162" x="2919" y="80" as="geometry" />
        </mxCell>
        <mxCell id="NGHdp_gngWH9yrq0Q0_0-23" edge="1" parent="1" source="NGHdp_gngWH9yrq0Q0_0-24" style="edgeStyle=none;curved=1;rounded=0;orthogonalLoop=1;jettySize=auto;html=1;exitX=0.5;exitY=1;exitDx=0;exitDy=0;entryX=0.5;entryY=0;entryDx=0;entryDy=0;fontSize=12;startSize=8;endSize=8;" target="NGHdp_gngWH9yrq0Q0_0-27">
          <mxGeometry relative="1" as="geometry" />
        </mxCell>
        <mxCell id="NGHdp_gngWH9yrq0Q0_0-24" parent="1" style="rhombus;whiteSpace=wrap;html=1;" value="e_ipsec_result != E_IPSEC_RES_SUCC" vertex="1">
          <mxGeometry height="50" width="290" x="2855" y="160" as="geometry" />
        </mxCell>
        <mxCell id="NGHdp_gngWH9yrq0Q0_0-25" edge="1" parent="1" source="NGHdp_gngWH9yrq0Q0_0-27" style="edgeStyle=orthogonalEdgeStyle;rounded=0;orthogonalLoop=1;jettySize=auto;html=1;exitX=0.5;exitY=1;exitDx=0;exitDy=0;entryX=0.5;entryY=0;entryDx=0;entryDy=0;fontSize=12;startSize=8;endSize=8;" target="NGHdp_gngWH9yrq0Q0_0-31">
          <mxGeometry relative="1" as="geometry" />
        </mxCell>
        <mxCell id="NGHdp_gngWH9yrq0Q0_0-26" edge="1" parent="1" source="NGHdp_gngWH9yrq0Q0_0-27" style="edgeStyle=orthogonalEdgeStyle;rounded=0;orthogonalLoop=1;jettySize=auto;html=1;exitX=0.5;exitY=1;exitDx=0;exitDy=0;entryX=0.5;entryY=0;entryDx=0;entryDy=0;fontSize=12;startSize=8;endSize=8;" target="NGHdp_gngWH9yrq0Q0_0-33">
          <mxGeometry relative="1" as="geometry" />
        </mxCell>
        <mxCell id="NGHdp_gngWH9yrq0Q0_0-27" parent="1" style="rhombus;whiteSpace=wrap;html=1;" value="e_ipsec_result" vertex="1">
          <mxGeometry height="40" width="122" x="2939" y="260" as="geometry" />
        </mxCell>
        <mxCell id="NGHdp_gngWH9yrq0Q0_0-28" edge="1" parent="1" source="NGHdp_gngWH9yrq0Q0_0-29" style="edgeStyle=orthogonalEdgeStyle;rounded=0;orthogonalLoop=1;jettySize=auto;html=1;exitX=0.5;exitY=1;exitDx=0;exitDy=0;entryX=0.5;entryY=0;entryDx=0;entryDy=0;" target="NGHdp_gngWH9yrq0Q0_0-36">
          <mxGeometry relative="1" as="geometry" />
        </mxCell>
        <mxCell id="NGHdp_gngWH9yrq0Q0_0-29" parent="1" style="rounded=1;whiteSpace=wrap;html=1;" value="E_IPSEC_RES_FAIL_PORT_DUP" vertex="1">
          <mxGeometry height="30" width="210" x="2630" y="350" as="geometry" />
        </mxCell>
        <mxCell id="NGHdp_gngWH9yrq0Q0_0-30" edge="1" parent="1" source="NGHdp_gngWH9yrq0Q0_0-31" style="edgeStyle=orthogonalEdgeStyle;rounded=0;orthogonalLoop=1;jettySize=auto;html=1;exitX=0.5;exitY=1;exitDx=0;exitDy=0;entryX=0.5;entryY=0;entryDx=0;entryDy=0;" target="NGHdp_gngWH9yrq0Q0_0-38">
          <mxGeometry relative="1" as="geometry" />
        </mxCell>
        <mxCell id="NGHdp_gngWH9yrq0Q0_0-31" parent="1" style="rounded=1;whiteSpace=wrap;html=1;" value="E_IPSEC_RES_FAIL_SPI_DUP" vertex="1">
          <mxGeometry height="30" width="200" x="2870" y="350" as="geometry" />
        </mxCell>
        <mxCell id="NGHdp_gngWH9yrq0Q0_0-32" edge="1" parent="1" source="NGHdp_gngWH9yrq0Q0_0-33" style="edgeStyle=orthogonalEdgeStyle;rounded=0;orthogonalLoop=1;jettySize=auto;html=1;exitX=0.5;exitY=1;exitDx=0;exitDy=0;entryX=0.5;entryY=0;entryDx=0;entryDy=0;" target="NGHdp_gngWH9yrq0Q0_0-39">
          <mxGeometry relative="1" as="geometry" />
        </mxCell>
        <mxCell id="NGHdp_gngWH9yrq0Q0_0-33" parent="1" style="rounded=1;whiteSpace=wrap;html=1;" value="E_IPSEC_RES_FAIL_PORT_C_OVER_CNT" vertex="1">
          <mxGeometry height="30" width="270" x="3100" y="350" as="geometry" />
        </mxCell>
        <mxCell id="NGHdp_gngWH9yrq0Q0_0-34" edge="1" parent="1" source="NGHdp_gngWH9yrq0Q0_0-27" style="endArrow=classic;html=1;rounded=0;fontSize=12;startSize=8;endSize=8;exitX=0.5;exitY=1;exitDx=0;exitDy=0;entryX=0.5;entryY=0;entryDx=0;entryDy=0;edgeStyle=orthogonalEdgeStyle;" target="NGHdp_gngWH9yrq0Q0_0-29" value="">
          <mxGeometry height="50" relative="1" width="50" as="geometry">
            <mxPoint x="2839" y="280" as="sourcePoint" />
            <mxPoint x="2889" y="230" as="targetPoint" />
          </mxGeometry>
        </mxCell>
        <mxCell id="NGHdp_gngWH9yrq0Q0_0-35" edge="1" parent="1" source="NGHdp_gngWH9yrq0Q0_0-36" style="edgeStyle=orthogonalEdgeStyle;rounded=0;orthogonalLoop=1;jettySize=auto;html=1;exitX=1;exitY=0.5;exitDx=0;exitDy=0;entryX=0.5;entryY=0;entryDx=0;entryDy=0;strokeColor=light-dark(#FF0000,#FF0000);strokeWidth=2;" target="NGHdp_gngWH9yrq0Q0_0-43">
          <mxGeometry relative="1" as="geometry">
            <Array as="points">
              <mxPoint x="2835" y="500" />
              <mxPoint x="3205" y="500" />
            </Array>
          </mxGeometry>
        </mxCell>
        <mxCell id="NGHdp_gngWH9yrq0Q0_0-36" parent="1" style="rhombus;whiteSpace=wrap;html=1;" value="e_ipsec_ua_type !=&amp;nbsp;&lt;div&gt;E_IPSEC_UA_TYPE_OMD&lt;/div&gt;" vertex="1">
          <mxGeometry height="50" width="200" x="2635" y="430" as="geometry" />
        </mxCell>
        <mxCell id="NGHdp_gngWH9yrq0Q0_0-37" edge="1" parent="1" source="NGHdp_gngWH9yrq0Q0_0-38" style="edgeStyle=orthogonalEdgeStyle;rounded=0;orthogonalLoop=1;jettySize=auto;html=1;exitX=0.5;exitY=1;exitDx=0;exitDy=0;entryX=0.5;entryY=0;entryDx=0;entryDy=0;strokeColor=light-dark(#00FF00,#00FF00);strokeWidth=2;" target="NGHdp_gngWH9yrq0Q0_0-41">
          <mxGeometry relative="1" as="geometry">
            <mxPoint x="2989" y="540" as="targetPoint" />
          </mxGeometry>
        </mxCell>
        <mxCell id="NGHdp_gngWH9yrq0Q0_0-38" parent="1" style="rhombus;whiteSpace=wrap;html=1;" value="e_ipsec_ua_type !=&amp;nbsp;&lt;div&gt;E_IPSEC_UA_TYPE_OMD&lt;/div&gt;" vertex="1">
          <mxGeometry height="50" width="200" x="2870" y="430" as="geometry" />
        </mxCell>
        <mxCell id="NGHdp_gngWH9yrq0Q0_0-39" parent="1" style="rhombus;whiteSpace=wrap;html=1;" value="e_ipsec_ua_type !=&amp;nbsp;&lt;div&gt;E_IPSEC_UA_TYPE_OMD&lt;/div&gt;" vertex="1">
          <mxGeometry height="50" width="200" x="3135" y="430" as="geometry" />
        </mxCell>
        <mxCell id="NGHdp_gngWH9yrq0Q0_0-40" edge="1" parent="1" source="NGHdp_gngWH9yrq0Q0_0-41" style="edgeStyle=orthogonalEdgeStyle;rounded=0;orthogonalLoop=1;jettySize=auto;html=1;exitX=0.5;exitY=1;exitDx=0;exitDy=0;entryX=0.5;entryY=0;entryDx=0;entryDy=0;" target="NGHdp_gngWH9yrq0Q0_0-48">
          <mxGeometry relative="1" as="geometry" />
        </mxCell>
-         <mxCell id="NGHdp_gngWH9yrq0Q0_0-41" parent="1" style="rounded=1;whiteSpace=wrap;html=1;" value="&lt;b&gt;&lt;font style=&quot;color: light-dark(rgb(0, 0, 0), rgb(255, 0, 0));&quot;&gt;냐ㅔ&lt;/font&gt;&lt;/b&gt;" vertex="1">
-           <mxGeometry height="35" width="140" x="2730" y="567" as="geometry" />
+         <mxCell id="NGHdp_gngWH9yrq0Q0_0-41" parent="1" style="rounded=1;whiteSpace=wrap;html=1;" value="&lt;b&gt;sip_status_code = 설정 코드&lt;/b&gt;&lt;div&gt;&lt;b&gt;* 설정 코드 =&amp;nbsp;&lt;/b&gt;&lt;/div&gt;" vertex="1">
+           <mxGeometry height="35" width="320" x="2640" y="567" as="geometry" />
        </mxCell>
        <mxCell id="NGHdp_gngWH9yrq0Q0_0-42" edge="1" parent="1" source="NGHdp_gngWH9yrq0Q0_0-43" style="edgeStyle=orthogonalEdgeStyle;rounded=0;orthogonalLoop=1;jettySize=auto;html=1;exitX=0.5;exitY=1;exitDx=0;exitDy=0;entryX=0.5;entryY=0;entryDx=0;entryDy=0;" target="NGHdp_gngWH9yrq0Q0_0-48">
          <mxGeometry relative="1" as="geometry" />
        </mxCell>
        <mxCell id="NGHdp_gngWH9yrq0Q0_0-43" parent="1" style="rounded=1;whiteSpace=wrap;html=1;" value="sip_status_code = OTHER CODE" vertex="1">
          <mxGeometry height="35" width="210" x="3100" y="565" as="geometry" />
        </mxCell>
        <mxCell id="NGHdp_gngWH9yrq0Q0_0-44" edge="1" parent="1" source="NGHdp_gngWH9yrq0Q0_0-38" style="edgeStyle=orthogonalEdgeStyle;rounded=0;orthogonalLoop=1;jettySize=auto;html=1;exitX=1;exitY=0.5;exitDx=0;exitDy=0;entryX=0.5;entryY=0;entryDx=0;entryDy=0;strokeWidth=2;strokeColor=light-dark(#FF0000,#FF0000);" target="NGHdp_gngWH9yrq0Q0_0-43">
          <mxGeometry relative="1" as="geometry">
            <Array as="points">
              <mxPoint x="3070" y="500" />
              <mxPoint x="3204" y="500" />
              <mxPoint x="3204" y="565" />
            </Array>
          </mxGeometry>
        </mxCell>
        <mxCell id="NGHdp_gngWH9yrq0Q0_0-45" edge="1" parent="1" source="NGHdp_gngWH9yrq0Q0_0-39" style="edgeStyle=orthogonalEdgeStyle;rounded=0;orthogonalLoop=1;jettySize=auto;html=1;exitX=1;exitY=0.5;exitDx=0;exitDy=0;entryX=0.5;entryY=0;entryDx=0;entryDy=0;strokeColor=light-dark(#FF0000,#FF0000);strokeWidth=2;" target="NGHdp_gngWH9yrq0Q0_0-43" value="&amp;nbsp;NO&amp;nbsp;">
          <mxGeometry relative="1" x="0.5357" as="geometry">
            <mxPoint as="offset" />
            <Array as="points">
              <mxPoint x="3355" y="455" />
              <mxPoint x="3355" y="500" />
              <mxPoint x="3205" y="500" />
            </Array>
          </mxGeometry>
        </mxCell>
        <mxCell id="NGHdp_gngWH9yrq0Q0_0-46" edge="1" parent="1" source="NGHdp_gngWH9yrq0Q0_0-39" style="edgeStyle=orthogonalEdgeStyle;rounded=0;orthogonalLoop=1;jettySize=auto;html=1;exitX=0.5;exitY=1;exitDx=0;exitDy=0;entryX=0.5;entryY=0;entryDx=0;entryDy=0;strokeColor=#00FF00;strokeWidth=2;" target="NGHdp_gngWH9yrq0Q0_0-41">
          <mxGeometry relative="1" as="geometry">
            <Array as="points">
              <mxPoint x="3235" y="523" />
              <mxPoint x="2800" y="523" />
            </Array>
          </mxGeometry>
        </mxCell>
        <mxCell id="NGHdp_gngWH9yrq0Q0_0-47" edge="1" parent="1" source="NGHdp_gngWH9yrq0Q0_0-36" style="edgeStyle=orthogonalEdgeStyle;rounded=0;orthogonalLoop=1;jettySize=auto;html=1;exitX=0.5;exitY=1;exitDx=0;exitDy=0;entryX=0.5;entryY=0;entryDx=0;entryDy=0;strokeColor=light-dark(#00FF00,#00FF00);strokeWidth=2;" target="NGHdp_gngWH9yrq0Q0_0-41" value="&amp;nbsp;YES&amp;nbsp;">
          <mxGeometry relative="1" x="0.4268" as="geometry">
            <mxPoint as="offset" />
          </mxGeometry>
        </mxCell>
        <mxCell id="NGHdp_gngWH9yrq0Q0_0-48" parent="1" style="rounded=1;whiteSpace=wrap;html=1;" value="mregx_local_resp_proc" vertex="1">
          <mxGeometry height="30" width="160" x="2890" y="670" as="geometry" />
        </mxCell>
      </root>
    </mxGraphModel>
  </diagram>
</mxfile>
